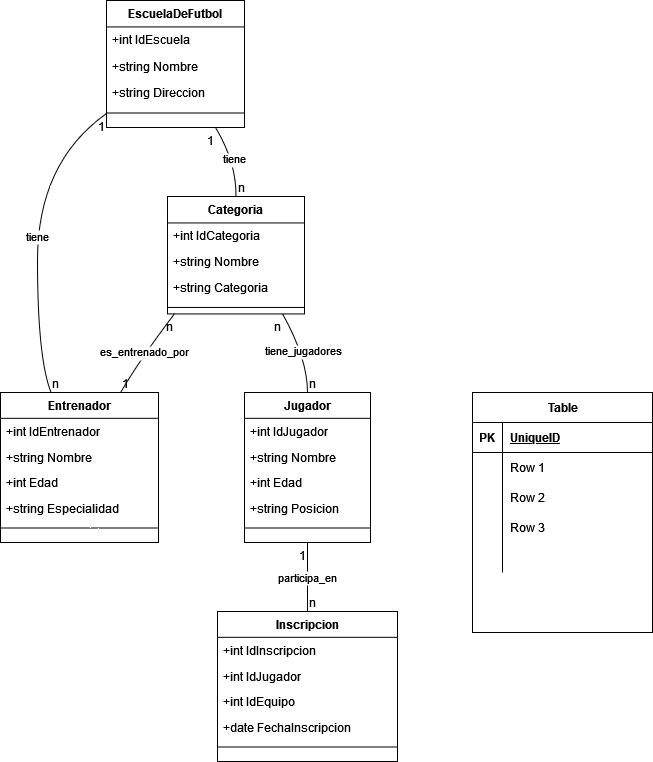
This is Diagrama sin título.drawio.png from Chachaneitor/TwenttySoft, a draw.io export, as it was before one commit. Source tidied: cells renumbered, new cells last; positions are measured from the earlier drawing's top-left corner, leaving out a move shared by most shapes.
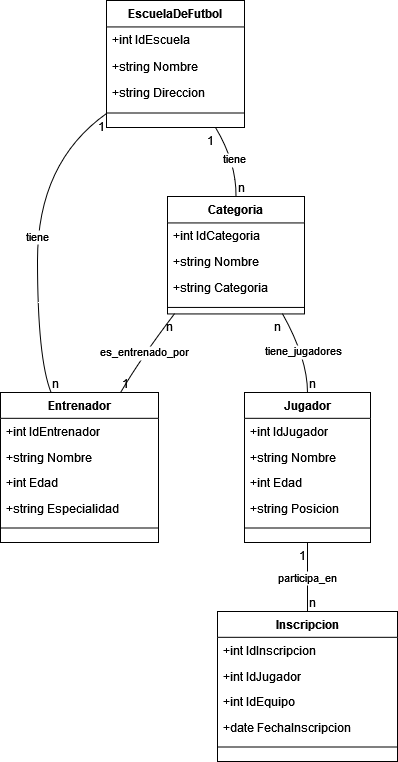
The same diagram one commit later.

Change to the diagram source:
```diff
@@ -148,53 +148,5 @@
     <mxCell id="44" value="n" style="edgeLabel;labelBackgroundColor=none;fontSize=12;align=left;verticalAlign=bottom;" parent="42" vertex="1">
       <mxGeometry x="1" relative="1" as="geometry" />
     </mxCell>
-    <mxCell id="45" value="Table" style="shape=table;startSize=30;rowLines=0;fontStyle=1;align=center;html=1;" parent="1" vertex="1">
-      <mxGeometry x="472" y="392" width="180" height="240" as="geometry" />
-    </mxCell>
-    <mxCell id="46" style="shape=tableRow;horizontal=0;startSize=0;swimlaneHead=0;swimlaneBody=0;fillColor=none;top=0;left=0;right=0;bottom=1;" parent="45" vertex="1">
-      <mxGeometry y="30" width="180" height="30" as="geometry" />
-    </mxCell>
-    <mxCell id="47" value="PK" style="shape=partialRectangle;fillColor=none;top=0;left=0;bottom=0;right=0;fontStyle=1;overflow=hidden;whiteSpace=wrap;html=1;" parent="46" vertex="1">
-      <mxGeometry width="30" height="30" as="geometry" />
-    </mxCell>
-    <mxCell id="48" value="UniqueID" style="shape=partialRectangle;fillColor=none;top=0;left=0;bottom=0;right=0;align=left;spacingLeft=6;fontStyle=5;overflow=hidden;whiteSpace=wrap;html=1;" parent="46" vertex="1">
-      <mxGeometry x="30" width="150" height="30" as="geometry" />
-    </mxCell>
-    <mxCell id="49" style="shape=tableRow;horizontal=0;startSize=0;swimlaneHead=0;swimlaneBody=0;fillColor=none;top=0;left=0;right=0;bottom=0;" parent="45" vertex="1">
-      <mxGeometry y="60" width="180" height="30" as="geometry" />
-    </mxCell>
-    <mxCell id="50" style="shape=partialRectangle;fillColor=none;top=0;left=0;bottom=0;right=0;overflow=hidden;whiteSpace=wrap;html=1;" parent="49" vertex="1">
-      <mxGeometry width="30" height="30" as="geometry" />
-    </mxCell>
-    <mxCell id="51" value="Row 1" style="shape=partialRectangle;fillColor=none;top=0;left=0;bottom=0;right=0;align=left;spacingLeft=6;overflow=hidden;whiteSpace=wrap;html=1;" parent="49" vertex="1">
-      <mxGeometry x="30" width="150" height="30" as="geometry" />
-    </mxCell>
-    <mxCell id="52" style="shape=tableRow;horizontal=0;startSize=0;swimlaneHead=0;swimlaneBody=0;fillColor=none;top=0;left=0;right=0;bottom=0;" parent="45" vertex="1">
-      <mxGeometry y="90" width="180" height="30" as="geometry" />
-    </mxCell>
-    <mxCell id="53" style="shape=partialRectangle;fillColor=none;top=0;left=0;bottom=0;right=0;overflow=hidden;whiteSpace=wrap;html=1;" parent="52" vertex="1">
-      <mxGeometry width="30" height="30" as="geometry" />
-    </mxCell>
-    <mxCell id="54" value="Row 2" style="shape=partialRectangle;fillColor=none;top=0;left=0;bottom=0;right=0;align=left;spacingLeft=6;overflow=hidden;whiteSpace=wrap;html=1;" parent="52" vertex="1">
-      <mxGeometry x="30" width="150" height="30" as="geometry" />
-    </mxCell>
-    <mxCell id="55" style="shape=tableRow;horizontal=0;startSize=0;swimlaneHead=0;swimlaneBody=0;fillColor=none;top=0;left=0;right=0;bottom=0;" parent="45" vertex="1">
-      <mxGeometry y="120" width="180" height="30" as="geometry" />
-    </mxCell>
-    <mxCell id="56" style="shape=partialRectangle;fillColor=none;top=0;left=0;bottom=0;right=0;overflow=hidden;whiteSpace=wrap;html=1;" parent="55" vertex="1">
-      <mxGeometry width="30" height="30" as="geometry" />
-    </mxCell>
-    <mxCell id="57" value="Row 3" style="shape=partialRectangle;fillColor=none;top=0;left=0;bottom=0;right=0;align=left;spacingLeft=6;overflow=hidden;whiteSpace=wrap;html=1;" parent="55" vertex="1">
-      <mxGeometry x="30" width="150" height="30" as="geometry" />
-    </mxCell>
-    <mxCell id="58" style="shape=tableRow;horizontal=0;startSize=0;swimlaneHead=0;swimlaneBody=0;fillColor=none;top=0;left=0;right=0;bottom=0;" parent="45" vertex="1">
-      <mxGeometry y="150" width="180" height="30" as="geometry" />
-    </mxCell>
-    <mxCell id="59" style="shape=partialRectangle;fillColor=none;top=0;left=0;bottom=0;right=0;overflow=hidden;whiteSpace=wrap;html=1;" parent="58" vertex="1">
-      <mxGeometry width="30" height="30" as="geometry" />
-    </mxCell>
-    <mxCell id="60" style="shape=partialRectangle;fillColor=none;top=0;left=0;bottom=0;right=0;align=left;spacingLeft=6;overflow=hidden;whiteSpace=wrap;html=1;" parent="58" vertex="1">
-      <mxGeometry x="30" width="150" height="30" as="geometry" />
-    </mxCell>
   </root>
 </mxGraphModel>
```
